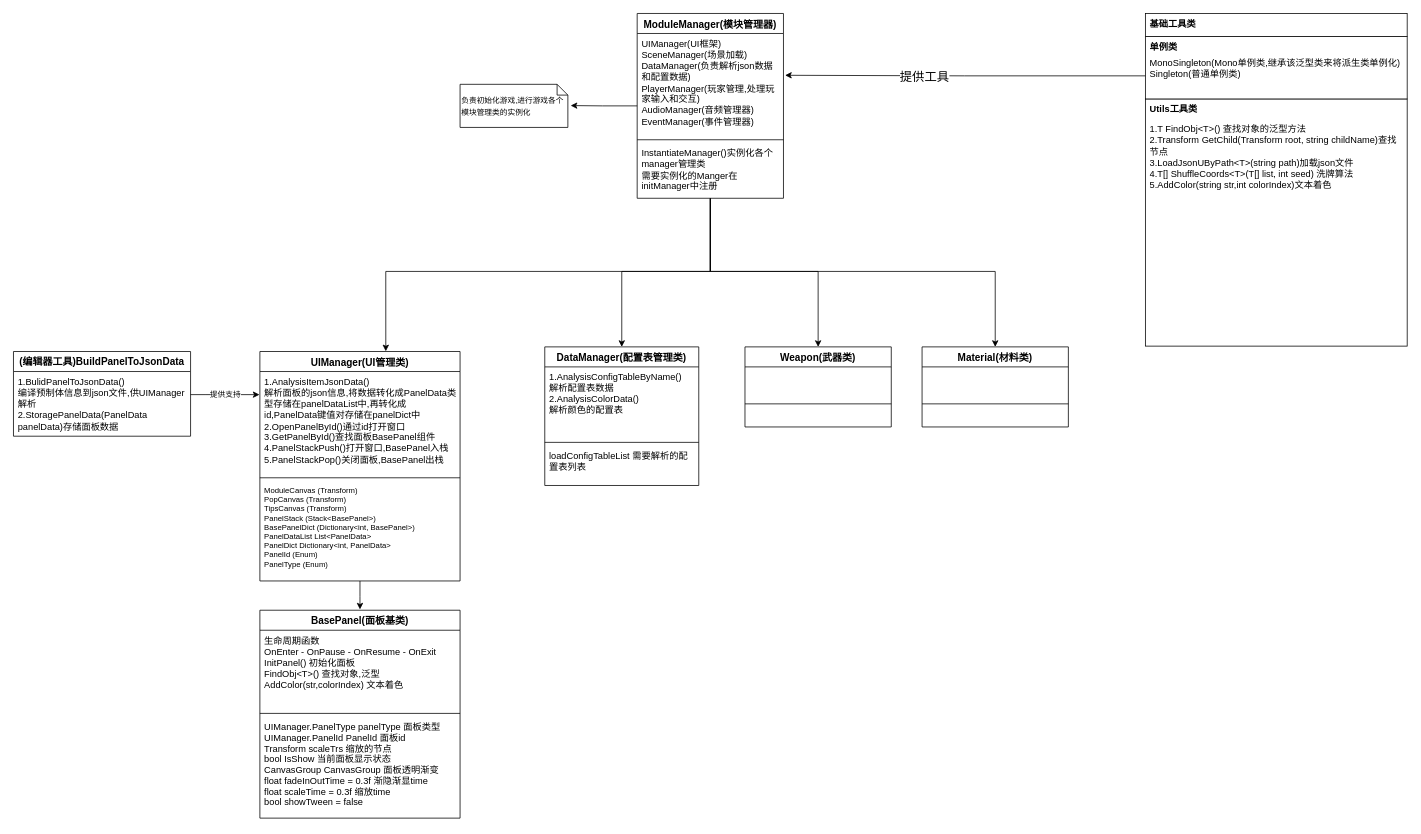
KIPKIPS/BeingAlive keeps this draw.io diagram as BeingAlive.drawio. Above is the earlier version. Source tidied: cells renumbered, new cells numbered last; positions are measured from the earlier drawing's top-left corner, leaving out a move shared by most shapes. Both pictures are drawn from the tidied source at 77%, with x=0, y=0 at pixel (13, 13).
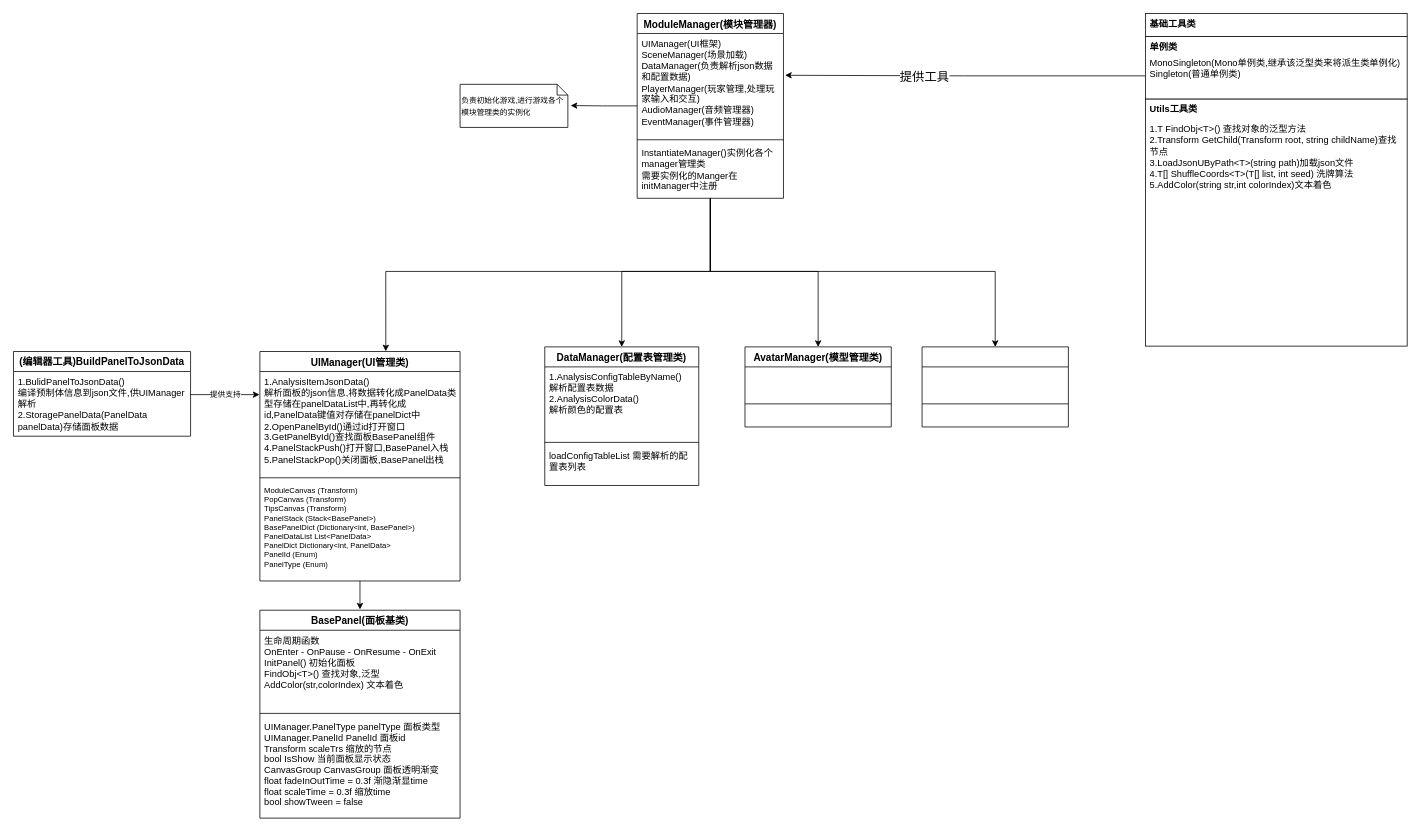
The same page after the edit.

Diff of the diagram source:
```diff
@@
-    <mxCell id="21" value="Weapon(武器类)" style="swimlane;fontStyle=1;align=center;verticalAlign=top;horizontal=1;startSize=26;fontSize=13;" parent="1" vertex="1">
+    <mxCell id="21" value="AvatarManager(模型管理类)" style="swimlane;fontStyle=1;align=center;verticalAlign=top;horizontal=1;startSize=26;fontSize=13;" parent="1" vertex="1">
       <mxGeometry x="950" y="433" width="190" height="104" as="geometry" />
     </mxCell>
@@
-    <mxCell id="25" value="Material(材料类)" style="swimlane;fontStyle=1;align=center;verticalAlign=top;horizontal=1;startSize=26;fontSize=13;" parent="1" vertex="1">
+    <mxCell id="25" style="swimlane;fontStyle=1;align=center;verticalAlign=top;horizontal=1;startSize=26;fontSize=13;" parent="1" vertex="1">
       <mxGeometry x="1180" y="433" width="190" height="104" as="geometry" />
     </mxCell>
```
